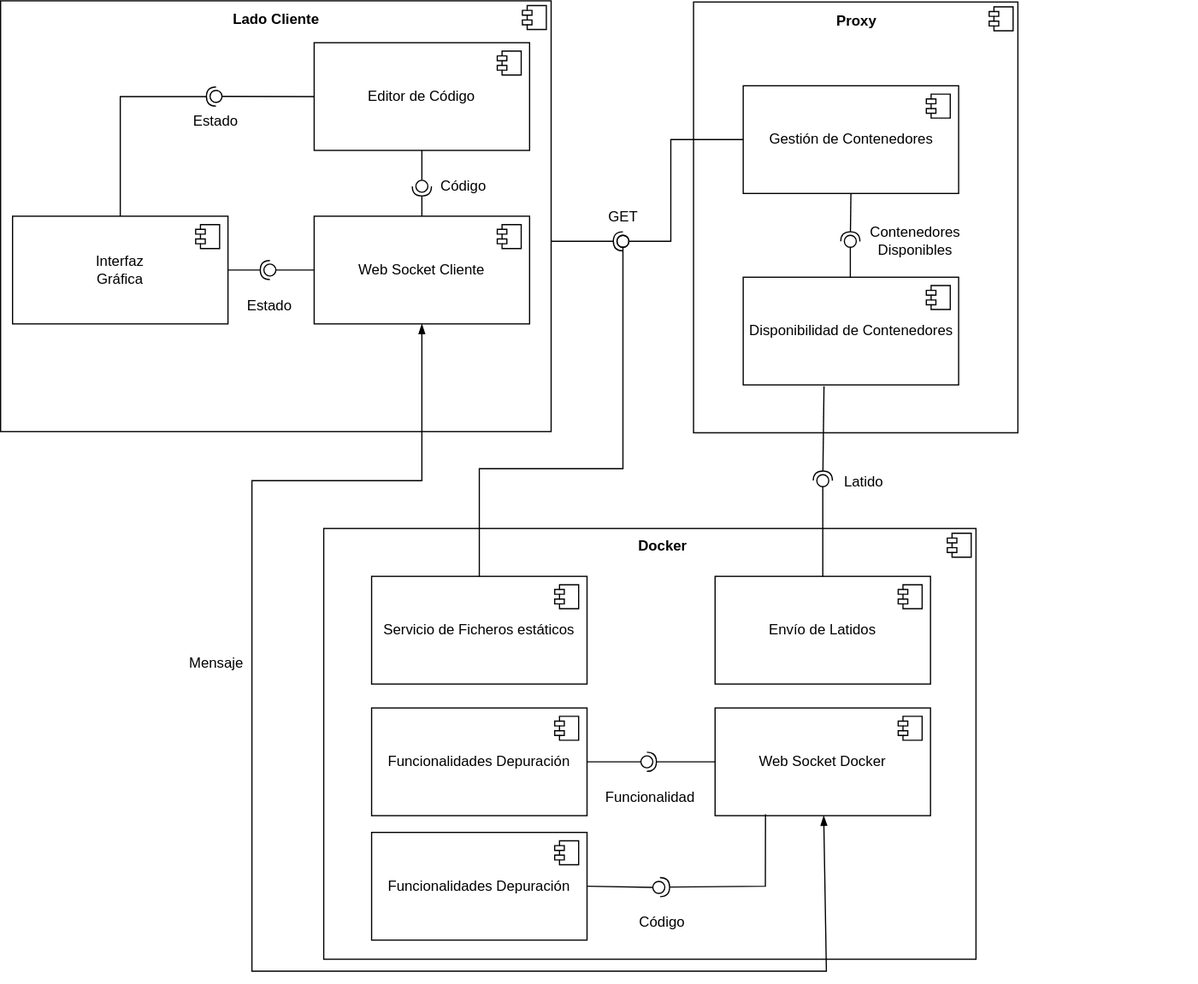
The draw.io diagram doc/img/componentes_TFG.drawio.svg in Adri-Extremix/Trabajo-de-Fin-de-Grado, before a commit. Source tidied: cells renumbered, new cells last; positions are measured from the earlier drawing's top-left corner, leaving out a move shared by most shapes.
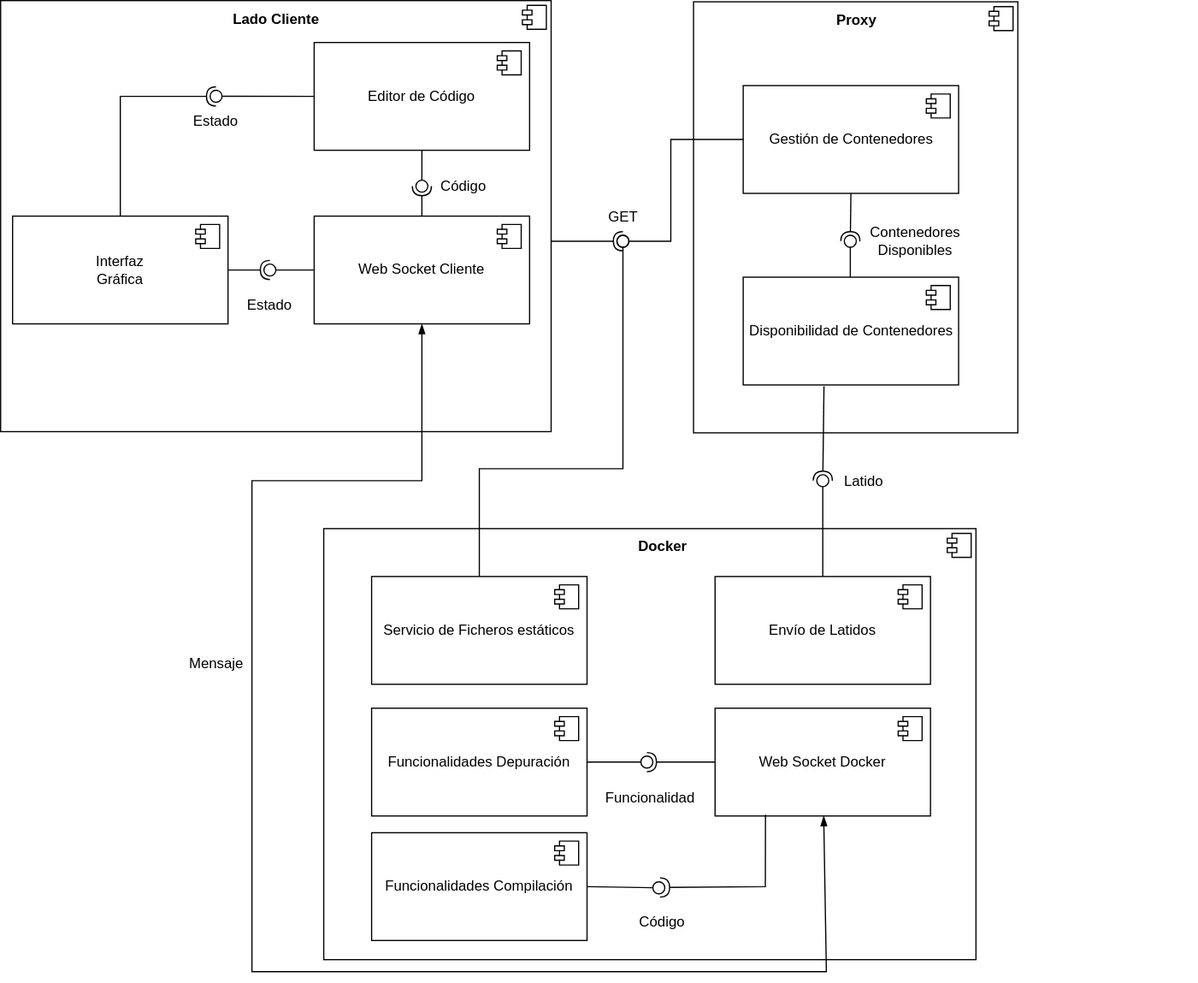
After the commit.

Change to the diagram source:
```diff
@@ -258,7 +258,7 @@
     <mxCell id="62" value="&lt;div&gt;&lt;div&gt;Contenedores&amp;nbsp;&lt;/div&gt;&lt;/div&gt;&lt;div&gt;Disponibles&lt;/div&gt;" style="text;html=1;align=center;verticalAlign=middle;strokeColor=none;fillColor=none;" parent="1" vertex="1">
       <mxGeometry x="714" y="181" width="100" height="40" as="geometry" />
     </mxCell>
-    <mxCell id="63" value="Funcionalidades Depuración" style="html=1;whiteSpace=wrap;" parent="1" vertex="1">
+    <mxCell id="63" value="Funcionalidades Compilación" style="html=1;whiteSpace=wrap;" parent="1" vertex="1">
       <mxGeometry x="310" y="695" width="180" height="90" as="geometry" />
     </mxCell>
     <mxCell id="64" style="shape=module;jettyWidth=8;jettyHeight=4;" parent="63" vertex="1">
```
